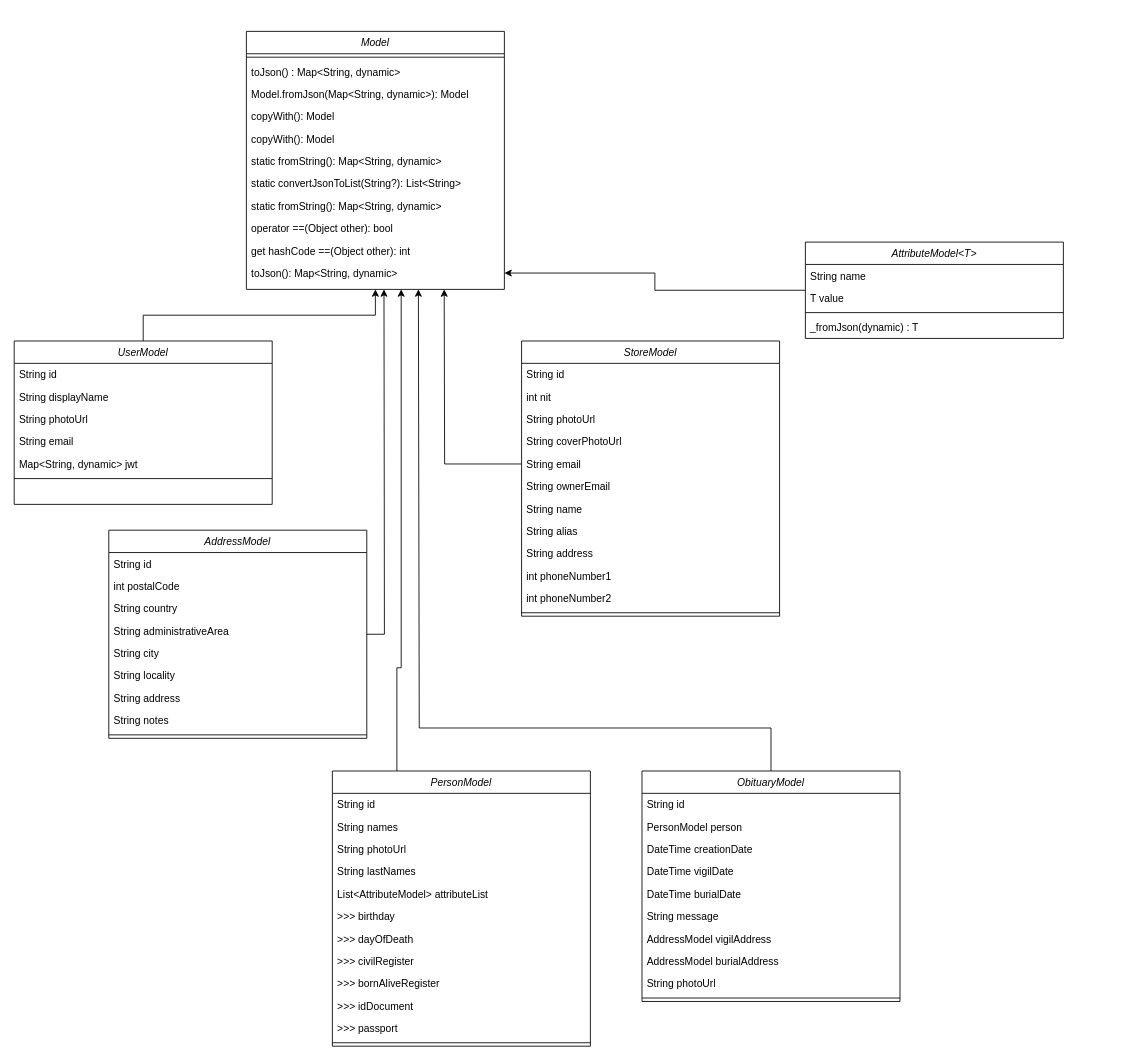
This is uml/uml_diagrams.drawio from grupo-jocaagura/jocaagura_domain, a draw.io file, before an edit. Source tidied: cells renumbered, new cells numbered last; positions are measured from the earlier drawing's top-left corner, leaving out a move shared by most shapes. Both pictures are drawn from the tidied source at 86%, with x=0, y=0 at pixel (14, 31).
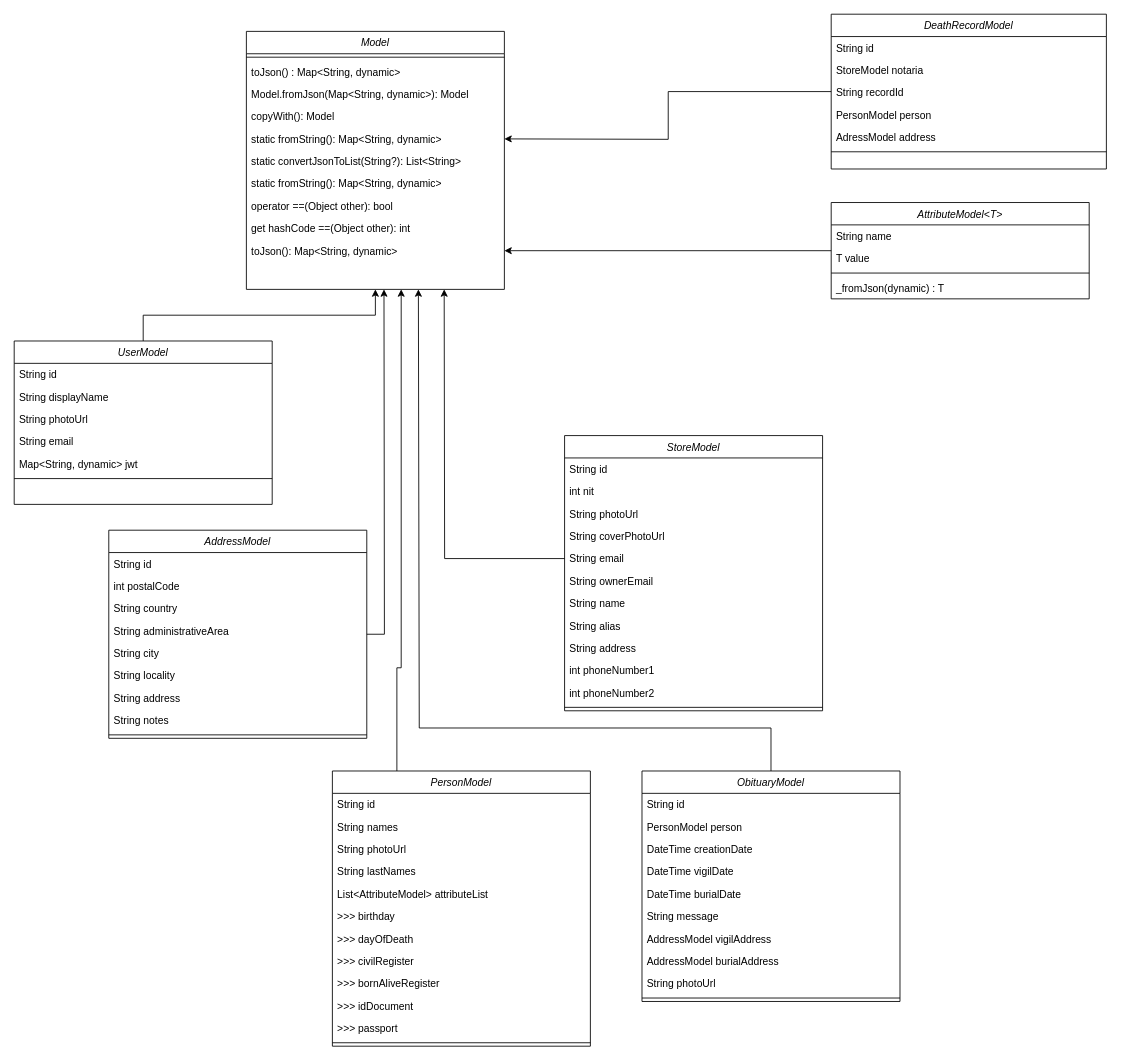
The same diagram, later.

Unchanged cells that the change refers to:
```xml
<mxCell id="69" value="Model" style="swimlane;fontStyle=2;align=center;verticalAlign=top;horizontal=1;startSize=26;rounded=0;shadow=0;strokeWidth=1;" parent="68" vertex="1">
  <mxGeometry width="300" height="300" as="geometry" />
</mxCell>
```

What changed in the source:
```diff
@@
     <mxCell id="10" value="StoreModel" style="swimlane;fontStyle=2;align=center;verticalAlign=top;horizontal=1;startSize=26;rounded=0;shadow=0;strokeWidth=1;" parent="1" vertex="1">
-      <mxGeometry x="590" y="360" width="300" height="320" as="geometry" />
+      <mxGeometry x="640" y="470" width="300" height="320" as="geometry" />
     </mxCell>
@@
     <mxCell id="47" value="AttributeModel&lt;T&gt;" style="swimlane;fontStyle=2;align=center;verticalAlign=top;horizontal=1;startSize=26;rounded=0;shadow=0;strokeWidth=1;" parent="1" vertex="1">
-      <mxGeometry x="920" y="245" width="300" height="112" as="geometry" />
+      <mxGeometry x="950" y="199" width="300" height="112" as="geometry" />
     </mxCell>
@@
-    <mxCell id="74" value="copyWith(): Model " style="text;align=left;verticalAlign=top;spacingLeft=4;spacingRight=4;overflow=hidden;" parent="69" vertex="1">
-      <mxGeometry y="112" width="300" height="26" as="geometry" />
-    </mxCell>
     <mxCell id="75" value="static fromString(): Map&lt;String, dynamic&gt; " style="text;align=left;verticalAlign=top;spacingLeft=4;spacingRight=4;overflow=hidden;" parent="69" vertex="1">
-      <mxGeometry y="138" width="300" height="26" as="geometry" />
+      <mxGeometry y="112" width="300" height="26" as="geometry" />
     </mxCell>
     <mxCell id="76" value="static convertJsonToList(String?): List&lt;String&gt;" style="text;align=left;verticalAlign=top;spacingLeft=4;spacingRight=4;overflow=hidden;" parent="69" vertex="1">
-      <mxGeometry y="164" width="300" height="26" as="geometry" />
+      <mxGeometry y="138" width="300" height="26" as="geometry" />
     </mxCell>
     <mxCell id="77" value="static fromString(): Map&lt;String, dynamic&gt; " style="text;align=left;verticalAlign=top;spacingLeft=4;spacingRight=4;overflow=hidden;" parent="69" vertex="1">
-      <mxGeometry y="190" width="300" height="26" as="geometry" />
+      <mxGeometry y="164" width="300" height="26" as="geometry" />
     </mxCell>
     <mxCell id="78" value="operator ==(Object other): bool" style="text;align=left;verticalAlign=top;spacingLeft=4;spacingRight=4;overflow=hidden;" parent="69" vertex="1">
-      <mxGeometry y="216" width="300" height="26" as="geometry" />
+      <mxGeometry y="190" width="300" height="26" as="geometry" />
     </mxCell>
     <mxCell id="79" value="get hashCode ==(Object other): int" style="text;align=left;verticalAlign=top;spacingLeft=4;spacingRight=4;overflow=hidden;" parent="69" vertex="1">
-      <mxGeometry y="242" width="300" height="26" as="geometry" />
+      <mxGeometry y="216" width="300" height="26" as="geometry" />
     </mxCell>
     <mxCell id="80" value="toJson(): Map&lt;String, dynamic&gt;" style="text;align=left;verticalAlign=top;spacingLeft=4;spacingRight=4;overflow=hidden;points=[[0,0.5],[1,0.5]];portConstraint=eastwest;" parent="69" vertex="1">
-      <mxGeometry y="268" width="300" height="26" as="geometry" />
+      <mxGeometry y="242" width="300" height="26" as="geometry" />
     </mxCell>
@@
+    <mxCell id="82" style="edgeStyle=orthogonalEdgeStyle;rounded=0;jettySize=auto;html=1;entryX=1;entryY=0.5;entryDx=0;entryDy=0;" parent="1" edge="1" source="83">
+      <mxGeometry relative="1" as="geometry">
+        <mxPoint x="570" y="125" as="targetPoint" />
+      </mxGeometry>
+    </mxCell>
+    <mxCell id="83" value="DeathRecordModel" style="swimlane;fontStyle=2;align=center;verticalAlign=top;horizontal=1;startSize=26;rounded=0;shadow=0;strokeWidth=1;" parent="1" vertex="1">
+      <mxGeometry x="950" y="-20" width="320" height="180" as="geometry" />
+    </mxCell>
+    <mxCell id="84" value="String id" style="text;align=left;verticalAlign=top;spacingLeft=4;spacingRight=4;overflow=hidden;" parent="83" vertex="1">
+      <mxGeometry y="26" width="320" height="26" as="geometry" />
+    </mxCell>
+    <mxCell id="85" value="StoreModel notaria" style="text;align=left;verticalAlign=top;spacingLeft=4;spacingRight=4;overflow=hidden;" parent="83" vertex="1">
+      <mxGeometry y="52" width="320" height="26" as="geometry" />
+    </mxCell>
+    <mxCell id="86" value="String recordId" style="text;align=left;verticalAlign=top;spacingLeft=4;spacingRight=4;overflow=hidden;" parent="83" vertex="1">
+      <mxGeometry y="78" width="320" height="26" as="geometry" />
+    </mxCell>
+    <mxCell id="87" value="PersonModel person" style="text;align=left;verticalAlign=top;spacingLeft=4;spacingRight=4;overflow=hidden;" parent="83" vertex="1">
+      <mxGeometry y="104" width="320" height="26" as="geometry" />
+    </mxCell>
+    <mxCell id="88" value="AdressModel address" style="text;align=left;verticalAlign=top;spacingLeft=4;spacingRight=4;overflow=hidden;" parent="83" vertex="1">
+      <mxGeometry y="130" width="320" height="26" as="geometry" />
+    </mxCell>
+    <mxCell id="89" style="line;html=1;strokeWidth=1;align=left;verticalAlign=middle;spacingTop=-1;spacingLeft=3;spacingRight=3;labelPosition=right;" parent="83" vertex="1">
+      <mxGeometry y="156" width="320" height="8" as="geometry" />
+    </mxCell>
```
